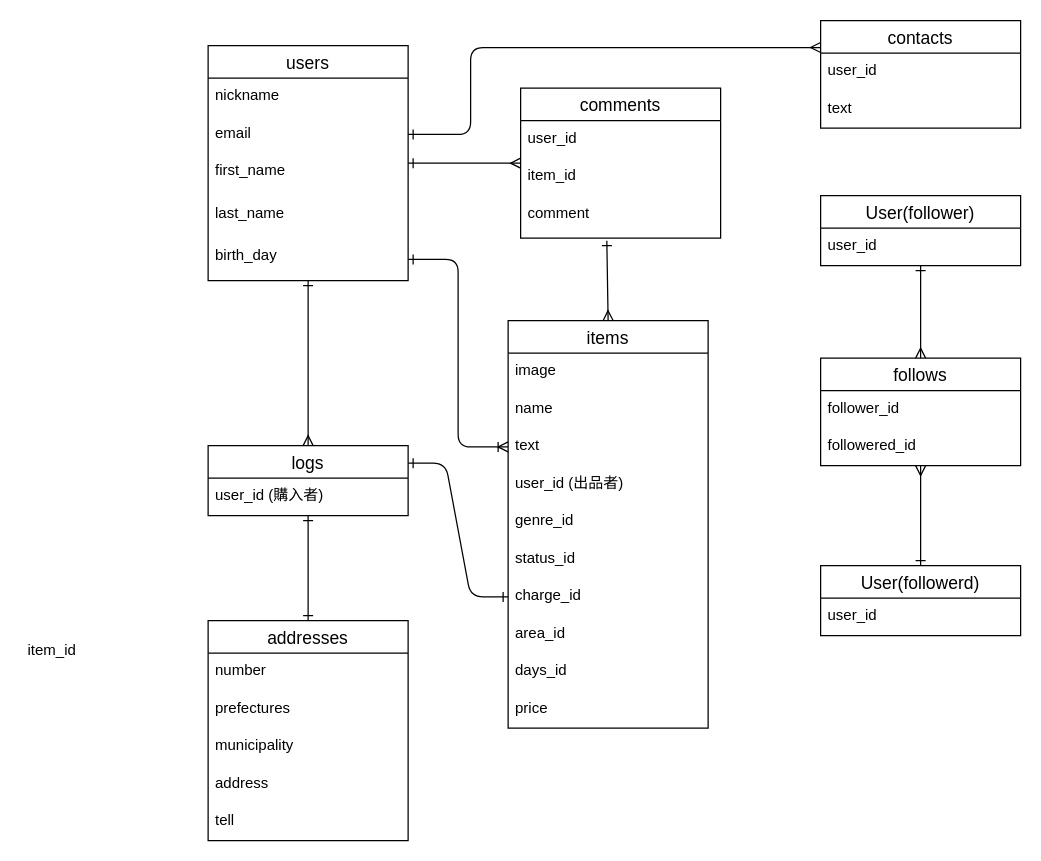
yamakazu88/furima-31985 keeps this draw.io diagram as furima.dio. Above is the earlier version. Source tidied: cells renumbered, new cells numbered last; positions are measured from the earlier drawing's top-left corner, leaving out a move shared by most shapes. Both pictures are drawn from the tidied source at 125%, with x=0, y=0 at pixel (20, 20).
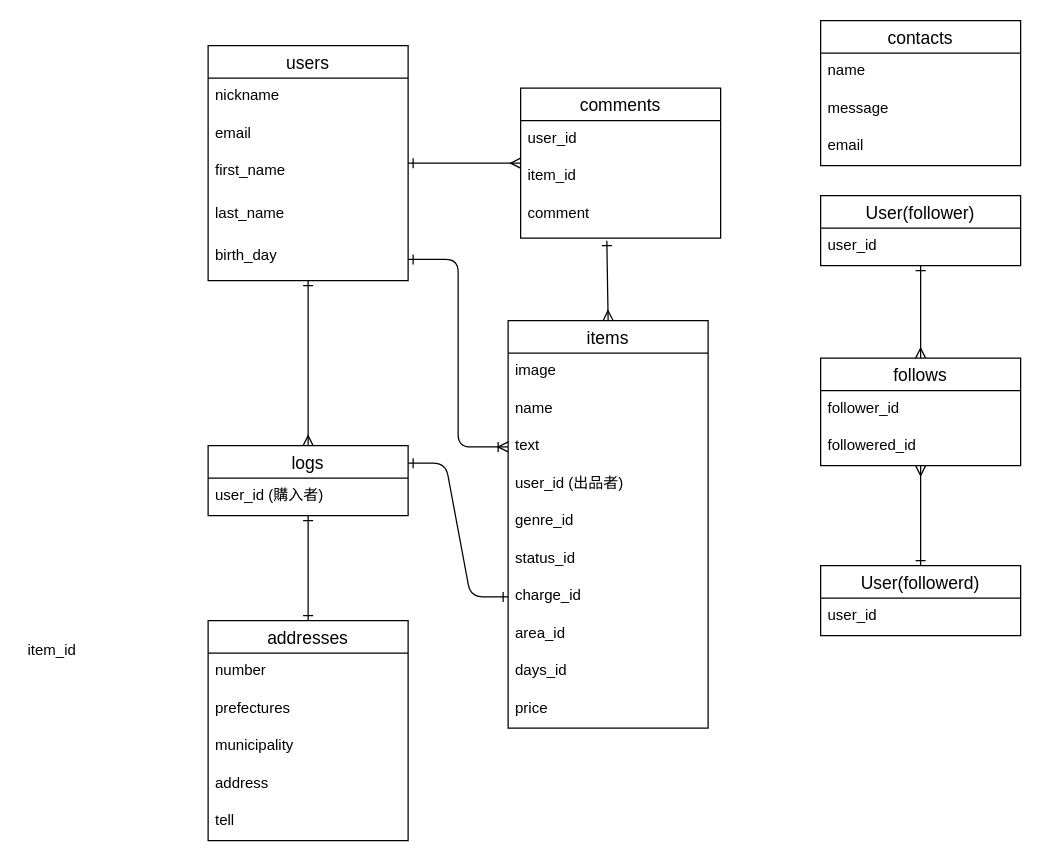
After the change.

Unchanged cells that the change refers to:
```xml
<mxCell id="6" value="email" style="text;strokeColor=none;fillColor=none;spacingLeft=4;spacingRight=4;overflow=hidden;points=[[0,0.5],[1,0.5]];portConstraint=eastwest;fontSize=12;" parent="4" vertex="1">
  <mxGeometry y="56" width="160" height="30" as="geometry" />
</mxCell>
```

Diff of the diagram source:
```diff
@@
-    <mxCell id="34" style="fontSize=12;html=1;endArrow=ERmany;exitX=1;exitY=0.5;exitDx=0;exitDy=0;startArrow=ERone;startFill=0;entryX=0;entryY=0.25;entryDx=0;entryDy=0;edgeStyle=orthogonalEdgeStyle;" parent="1" edge="1" source="6" target="35">
-      <mxGeometry relative="1" as="geometry">
-        <Array as="points">
-          <mxPoint x="360" y="91" />
-          <mxPoint x="360" y="22" />
-        </Array>
-      </mxGeometry>
-    </mxCell>
     <mxCell id="35" value="contacts" style="swimlane;fontStyle=0;horizontal=1;startSize=26;align=center;fontSize=14;" parent="1" vertex="1">
-      <mxGeometry x="640" width="160" height="86" as="geometry" />
+      <mxGeometry x="640" width="160" height="116" as="geometry" />
     </mxCell>
-    <mxCell id="36" value="user_id" style="text;strokeColor=none;fillColor=none;spacingLeft=4;spacingRight=4;overflow=hidden;fontSize=12;" parent="35" vertex="1">
+    <mxCell id="36" value="name" style="text;strokeColor=none;fillColor=none;spacingLeft=4;spacingRight=4;overflow=hidden;fontSize=12;" parent="35" vertex="1">
       <mxGeometry y="26" width="160" height="30" as="geometry" />
     </mxCell>
-    <mxCell id="37" value="text" style="text;strokeColor=none;fillColor=none;spacingLeft=4;spacingRight=4;overflow=hidden;fontSize=12;" parent="35" vertex="1">
+    <mxCell id="37" value="message" style="text;strokeColor=none;fillColor=none;spacingLeft=4;spacingRight=4;overflow=hidden;fontSize=12;" parent="35" vertex="1">
       <mxGeometry y="56" width="160" height="30" as="geometry" />
     </mxCell>
+    <mxCell id="51" value="email" style="text;strokeColor=none;fillColor=none;spacingLeft=4;spacingRight=4;overflow=hidden;fontSize=12;" parent="35" vertex="1">
+      <mxGeometry y="86" width="160" height="30" as="geometry" />
+    </mxCell>
```
